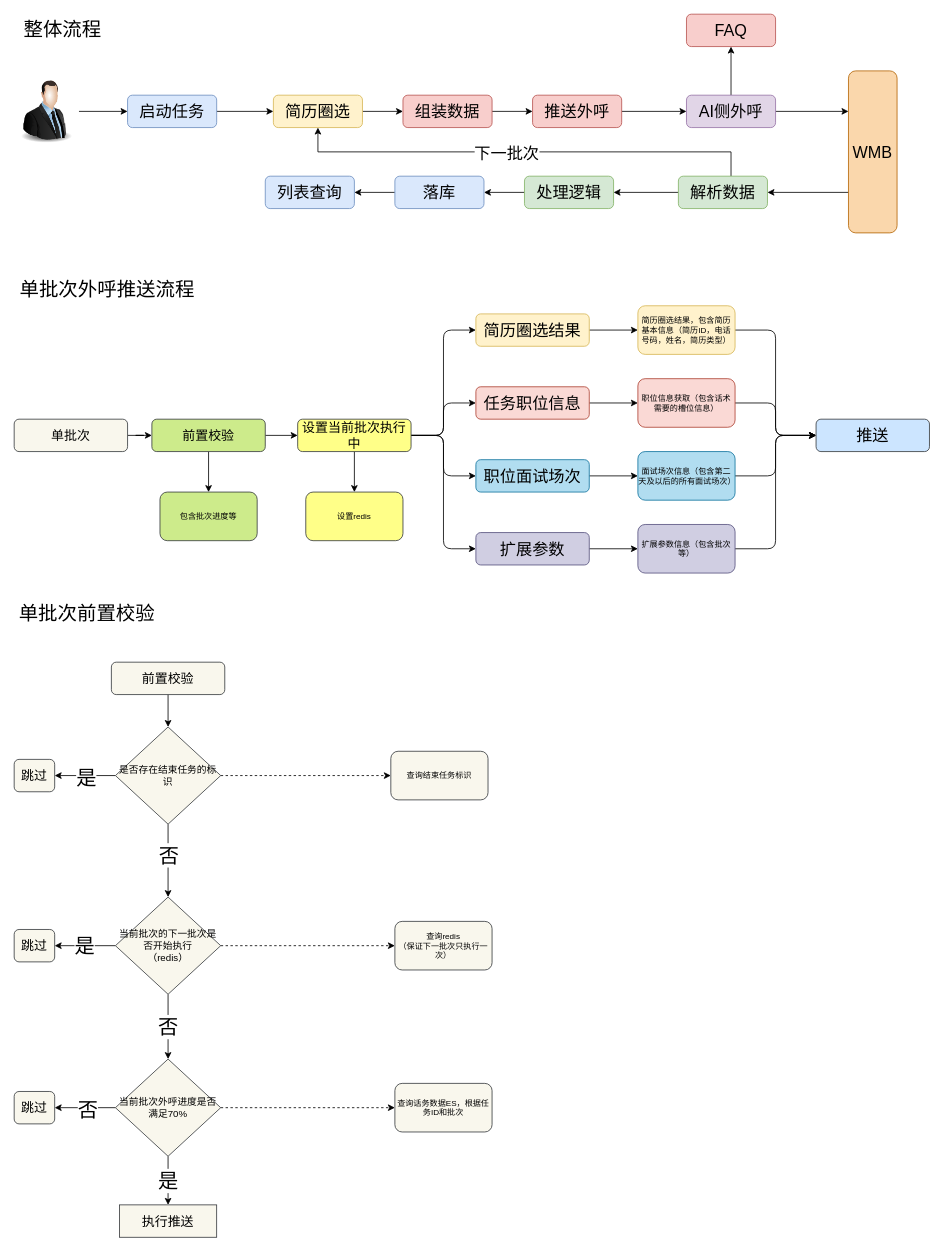
Before: AI智能外呼.drawio in LuOyEbY/draw-b, a draw.io diagram. Source tidied: cells renumbered, new cells numbered last; positions are measured from the earlier drawing's top-left corner, leaving out a move shared by most shapes. Both pictures are drawn from the tidied source at 81%, with x=0, y=0 at pixel (14, 14).
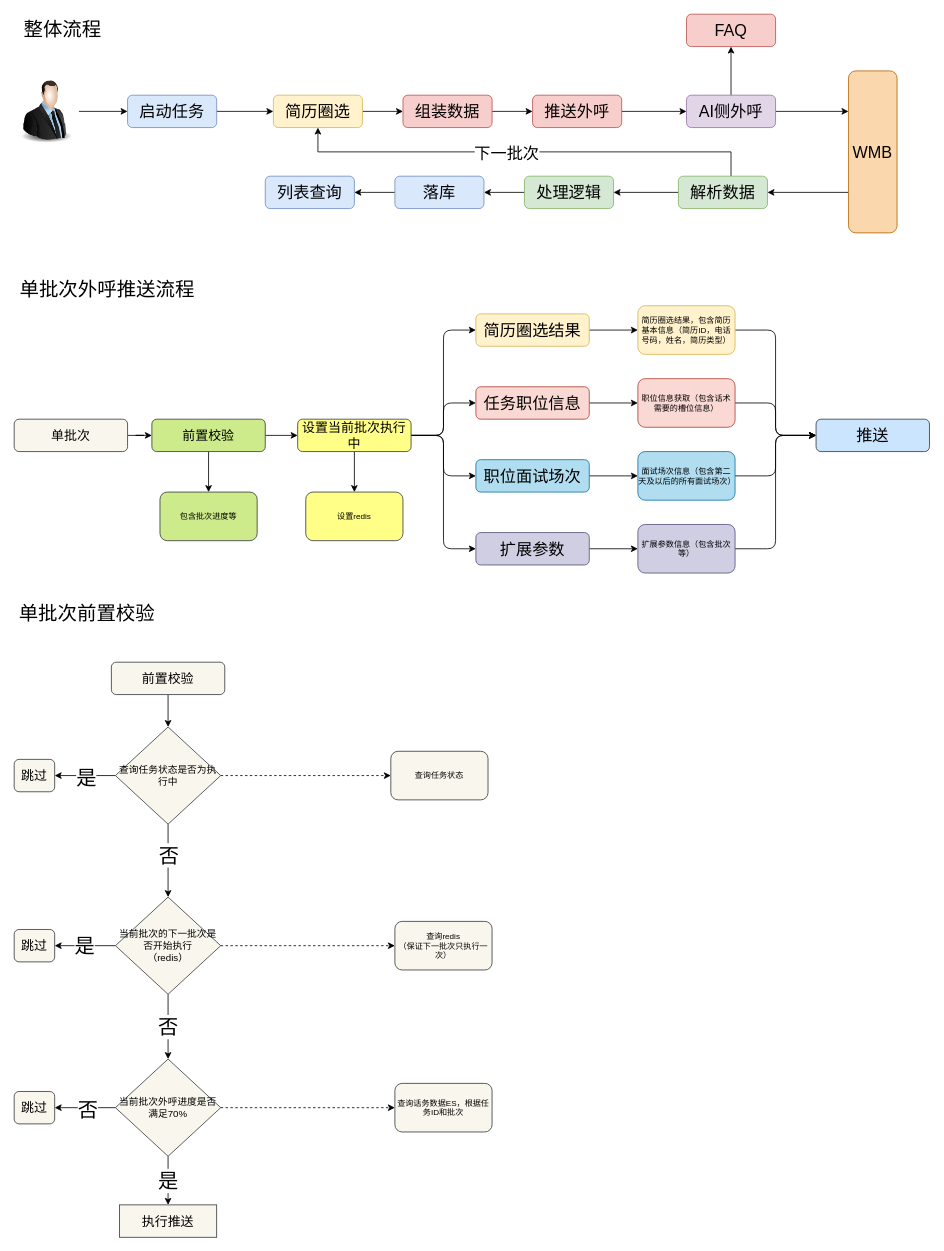
The same diagram, later.

Commit message (it also covers changes not shown here):
更新AI智能外呼.drawio

What changed in the source:
```diff
@@
-    <mxCell id="81" value="是否存在结束任务的标识" style="rhombus;whiteSpace=wrap;html=1;fillColor=#f9f7ed;strokeColor=#36393d;align=center;verticalAlign=middle;" parent="1" vertex="1">
+    <mxCell id="81" value="查询任务状态是否为执行中" style="rhombus;whiteSpace=wrap;html=1;fillColor=#f9f7ed;strokeColor=#36393d;align=center;verticalAlign=middle;" parent="1" vertex="1">
       <mxGeometry x="125" y="880" width="130" height="120" as="geometry" />
     </mxCell>
@@
-    <mxCell id="83" value="查询结束任务标识" style="whiteSpace=wrap;html=1;fontSize=10;fillColor=#f9f7ed;strokeColor=#36393d;labelBackgroundColor=none;rounded=1;hachureGap=4;fontFamily=Helvetica;" parent="1" vertex="1">
+    <mxCell id="83" value="查询任务状态" style="whiteSpace=wrap;html=1;fontSize=10;fillColor=#f9f7ed;strokeColor=#36393d;labelBackgroundColor=none;rounded=1;hachureGap=4;fontFamily=Helvetica;" parent="1" vertex="1">
       <mxGeometry x="465" y="910" width="120" height="60" as="geometry" />
     </mxCell>
```
